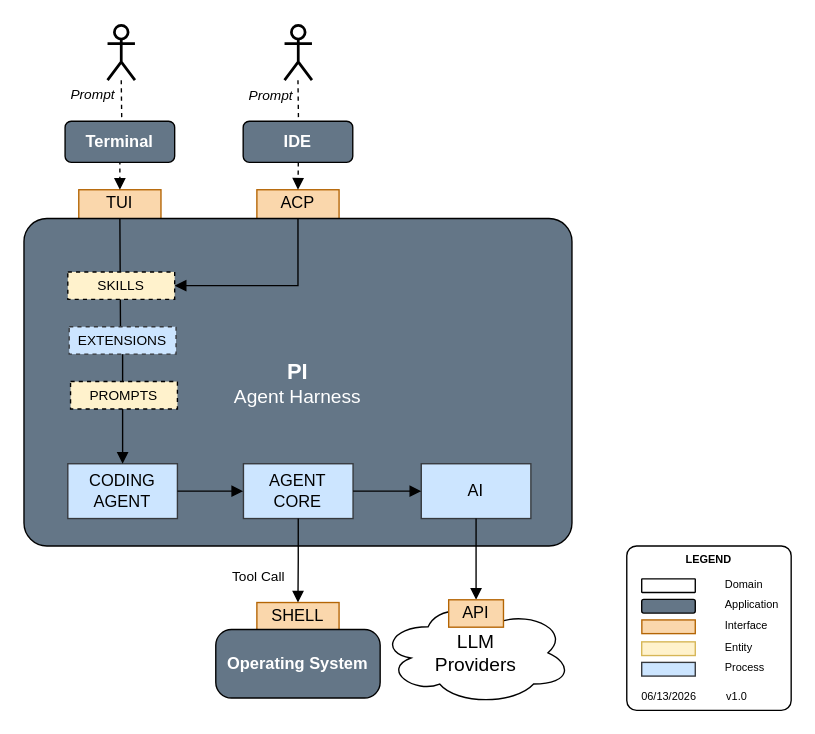
Earlier version of the draw.io diagram page "Page-1" (1 of 2) of diagrams/pi_agent_harness.drawio (Hieronymu5/pi-extensions). Source tidied: cells renumbered, new cells numbered last; positions are measured from the earlier drawing's top-left corner, leaving out a move shared by most shapes. Both pictures are drawn from the tidied source at 137%, with x=0, y=0 at pixel (23, 25).
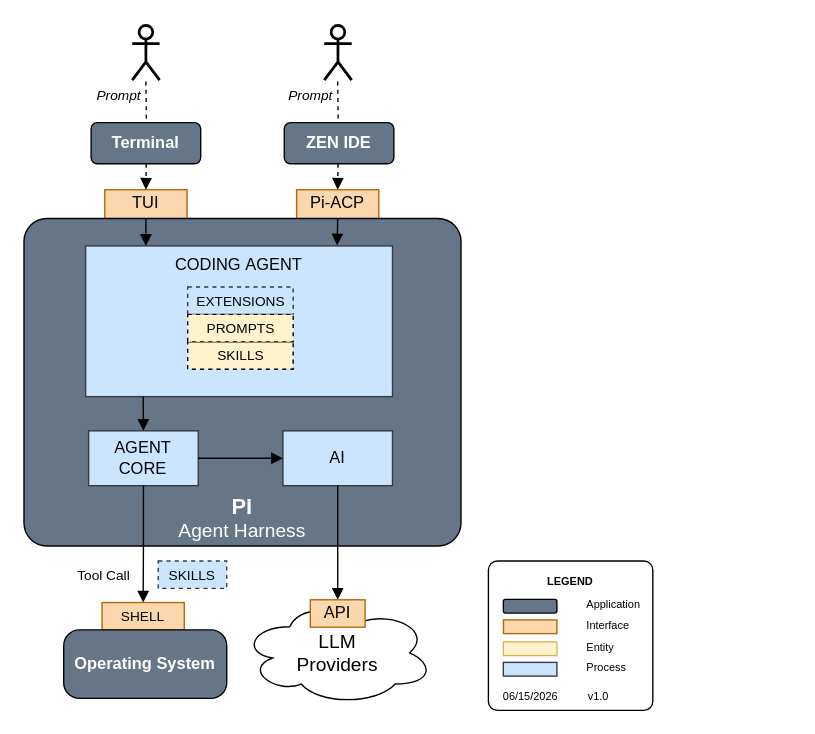
Above is the later version.

Commit message (it also covers changes not shown here):
docs(diagrams): add dark variant and context window diagram

Unchanged cells that the change refers to:
```xml
<mxCell id="3" style="rounded=0;whiteSpace=wrap;html=1;fillColor=#fad7ac;strokeColor=#b46504;" parent="2" vertex="1">
  <mxGeometry y="-9" width="60" height="22" as="geometry" />
</mxCell>
<mxCell id="6" style="rounded=0;whiteSpace=wrap;html=1;fillColor=#fad7ac;strokeColor=#b46504;" parent="5" vertex="1">
  <mxGeometry y="-9" width="60" height="22" as="geometry" />
</mxCell>
<mxCell id="17" style="edgeStyle=orthogonalEdgeStyle;rounded=0;jettySize=auto;html=1;endArrow=block;endFill=1;exitX=0.5;exitY=1;exitDx=0;exitDy=0;entryX=0.5;entryY=0;entryDx=0;entryDy=0;" parent="1" edge="1" source="10" target="15">
  <mxGeometry relative="1" as="geometry" />
</mxCell>
```

The edit, as a diff of the source:
```diff
@@
     <mxCell id="2" style="group;" parent="1" vertex="1">
-      <mxGeometry x="170" y="129" width="60" height="12" as="geometry" />
+      <mxGeometry x="199" y="129" width="60" height="12" as="geometry" />
     </mxCell>
@@
-    <mxCell id="4" value="&lt;font style=&quot;line-height: 100%;&quot;&gt;ACP&lt;/font&gt;" style="text;html=1;whiteSpace=wrap;strokeColor=none;fillColor=none;align=center;verticalAlign=middle;rounded=0;fontSize=12;" parent="2" vertex="1">
+    <mxCell id="4" value="&lt;font style=&quot;line-height: 100%;&quot;&gt;Pi-ACP&lt;/font&gt;" style="text;html=1;whiteSpace=wrap;strokeColor=none;fillColor=none;align=center;verticalAlign=middle;rounded=0;fontSize=12;" parent="2" vertex="1">
       <mxGeometry x="9" y="-4" width="42.2" height="10" as="geometry" />
     </mxCell>
     <mxCell id="5" style="group;" parent="1" vertex="1">
-      <mxGeometry x="40" y="129" width="60" height="12" as="geometry" />
+      <mxGeometry x="59" y="129" width="60" height="12" as="geometry" />
     </mxCell>
@@
-    <mxCell id="8" value="&lt;b&gt;&lt;font style=&quot;font-size: 16px;&quot;&gt;PI&lt;/font&gt;&lt;/b&gt;&lt;div&gt;&lt;font style=&quot;font-size: 14px;&quot;&gt;Agent Harness&lt;/font&gt;&lt;/div&gt;" style="rounded=1;whiteSpace=wrap;html=1;fillColor=#647687;strokeColor=#000000;fontColor=#ffffff;glass=0;shadow=0;verticalAlign=middle;arcSize=7;" parent="1" vertex="1">
-      <mxGeometry y="141" width="400" height="239" as="geometry" />
+    <mxCell id="8" value="&lt;b&gt;&lt;font style=&quot;font-size: 16px;&quot;&gt;PI&lt;/font&gt;&lt;/b&gt;&lt;div&gt;&lt;font style=&quot;font-size: 14px;&quot;&gt;Agent Harness&lt;/font&gt;&lt;/div&gt;" style="rounded=1;whiteSpace=wrap;html=1;fillColor=#647687;strokeColor=#000000;fontColor=#ffffff;glass=0;shadow=0;verticalAlign=bottom;arcSize=7;" parent="1" vertex="1">
+      <mxGeometry y="141" width="319" height="239" as="geometry" />
     </mxCell>
     <mxCell id="9" value="AI" style="rounded=0;whiteSpace=wrap;html=1;fillColor=#cce5ff;strokeColor=#36393d;" parent="1" vertex="1">
-      <mxGeometry x="290" y="320" width="80" height="40" as="geometry" />
+      <mxGeometry x="189" y="296" width="80" height="40" as="geometry" />
     </mxCell>
     <mxCell id="10" value="AGENT&lt;div&gt;CORE&lt;/div&gt;" style="rounded=0;whiteSpace=wrap;html=1;fillColor=#cce5ff;strokeColor=#36393d;" parent="1" vertex="1">
-      <mxGeometry x="160.2" y="320" width="80" height="40" as="geometry" />
+      <mxGeometry x="47.2" y="296" width="80" height="40" as="geometry" />
     </mxCell>
-    <mxCell id="11" value="CODING&lt;div&gt;AGENT&lt;/div&gt;" style="rounded=0;whiteSpace=wrap;html=1;fillColor=#cce5ff;strokeColor=#36393d;" parent="1" vertex="1">
-      <mxGeometry x="32" y="320" width="80" height="40" as="geometry" />
+    <mxCell id="11" value="CODING&amp;nbsp;&lt;span style=&quot;background-color: transparent; color: light-dark(rgb(0, 0, 0), rgb(255, 255, 255));&quot;&gt;AGENT&lt;/span&gt;" style="rounded=0;whiteSpace=wrap;html=1;fillColor=#cce5ff;strokeColor=#36393d;verticalAlign=top;" parent="1" vertex="1">
+      <mxGeometry x="45" y="161" width="224" height="110" as="geometry" />
     </mxCell>
     <mxCell id="12" value="&lt;font style=&quot;font-size: 14px;&quot;&gt;LLM&lt;/font&gt;&lt;div&gt;&lt;font style=&quot;font-size: 14px;&quot;&gt;Providers&lt;/font&gt;&lt;/div&gt;" style="ellipse;shape=cloud;whiteSpace=wrap;html=1;" parent="1" vertex="1">
-      <mxGeometry x="260" y="420" width="140" height="76" as="geometry" />
+      <mxGeometry x="159" y="420" width="140" height="76" as="geometry" />
     </mxCell>
@@
     <mxCell id="14" style="group;" parent="1" vertex="1">
-      <mxGeometry x="170" y="421.3" width="60" height="20" as="geometry" />
+      <mxGeometry x="57" y="421.3" width="60" height="20" as="geometry" />
     </mxCell>
@@
-    <mxCell id="16" value="&lt;font style=&quot;line-height: 100%;&quot;&gt;SHELL&lt;/font&gt;" style="text;html=1;whiteSpace=wrap;strokeColor=none;fillColor=none;align=center;verticalAlign=middle;rounded=0;fontSize=12;" parent="14" vertex="1">
+    <mxCell id="16" value="&lt;font style=&quot;line-height: 100%; font-size: 10px;&quot;&gt;SHELL&lt;/font&gt;" style="text;html=1;whiteSpace=wrap;strokeColor=none;fillColor=none;align=center;verticalAlign=middle;rounded=0;fontSize=12;" parent="14" vertex="1">
       <mxGeometry x="9" y="1.3" width="42.2" height="16.7" as="geometry" />
     </mxCell>
@@
     <mxCell id="18" value="&lt;font style=&quot;font-size: 10px;&quot;&gt;Tool Call&lt;/font&gt;" style="edgeLabel;html=1;align=center;verticalAlign=middle;" parent="17" vertex="1">
       <mxGeometry x="0.19" y="-1" relative="1" as="geometry">
-        <mxPoint x="-29" y="5" as="offset" />
+        <mxPoint x="-29" y="14" as="offset" />
       </mxGeometry>
     </mxCell>
     <mxCell id="19" value="&lt;b&gt;Operating System&lt;/b&gt;" style="rounded=1;whiteSpace=wrap;html=1;fillColor=#647687;strokeColor=#000000;fontColor=#ffffff;glass=0;shadow=0;verticalAlign=middle;arcSize=23;" parent="1" vertex="1">
-      <mxGeometry x="140" y="441" width="120" height="50" as="geometry" />
+      <mxGeometry x="29" y="441.3" width="119" height="50" as="geometry" />
     </mxCell>
     <mxCell id="20" style="rounded=0;whiteSpace=wrap;html=1;fillColor=#fad7ac;strokeColor=#b46504;" parent="1" vertex="1">
-      <mxGeometry x="310" y="419.3" width="40" height="20" as="geometry" />
+      <mxGeometry x="209" y="419.3" width="40" height="20" as="geometry" />
     </mxCell>
     <mxCell id="21" value="&lt;font style=&quot;line-height: 100%;&quot;&gt;API&lt;/font&gt;" style="text;html=1;whiteSpace=wrap;strokeColor=none;fillColor=none;align=center;verticalAlign=middle;rounded=0;fontSize=12;" parent="1" vertex="1">
-      <mxGeometry x="310" y="424.3" width="40" height="10" as="geometry" />
+      <mxGeometry x="209" y="424.3" width="40" height="10" as="geometry" />
     </mxCell>
@@
-    <mxCell id="24" style="edgeStyle=orthogonalEdgeStyle;rounded=0;jettySize=auto;html=1;endArrow=block;endFill=1;exitX=1;exitY=0.5;exitDx=0;exitDy=0;" parent="1" edge="1" source="11">
-      <mxGeometry relative="1" as="geometry">
-        <mxPoint x="160" y="340" as="targetPoint" />
-      </mxGeometry>
-    </mxCell>
     <mxCell id="25" style="edgeStyle=orthogonalEdgeStyle;rounded=0;jettySize=auto;html=1;endArrow=block;endFill=1;entryX=0.5;entryY=0;entryDx=0;entryDy=0;dashed=1;" parent="1" edge="1" target="6">
       <mxGeometry relative="1" as="geometry">
-        <mxPoint x="71" y="40" as="sourcePoint" />
+        <mxPoint x="89" y="41" as="sourcePoint" />
       </mxGeometry>
     </mxCell>
@@
     <mxCell id="27" style="shape=umlActor;verticalLabelPosition=bottom;verticalAlign=top;html=1;strokeWidth=2;shadow=0;" parent="1" vertex="1">
-      <mxGeometry x="61" width="20" height="40" as="geometry" />
+      <mxGeometry x="79" width="20" height="40" as="geometry" />
     </mxCell>
     <mxCell id="28" value="&lt;b&gt;Terminal&lt;/b&gt;" style="rounded=1;whiteSpace=wrap;html=1;fillColor=#647687;strokeColor=#000000;fontColor=#ffffff;glass=0;shadow=0;" parent="1" vertex="1">
-      <mxGeometry x="30" y="70" width="80" height="30" as="geometry" />
+      <mxGeometry x="49" y="71" width="80" height="30" as="geometry" />
     </mxCell>
     <mxCell id="29" style="edgeStyle=orthogonalEdgeStyle;rounded=0;jettySize=auto;html=1;endArrow=block;endFill=1;entryX=0.5;entryY=0;entryDx=0;entryDy=0;dashed=1;" parent="1" edge="1" target="3">
       <mxGeometry relative="1" as="geometry">
-        <mxPoint x="200" y="40" as="sourcePoint" />
+        <mxPoint x="229" y="41" as="sourcePoint" />
       </mxGeometry>
     </mxCell>
@@
-    <mxCell id="31" value="&lt;b&gt;IDE&lt;/b&gt;" style="rounded=1;whiteSpace=wrap;html=1;fillColor=#647687;strokeColor=#000000;fontColor=#ffffff;glass=0;shadow=0;" parent="1" vertex="1">
-      <mxGeometry x="160" y="70" width="80" height="30" as="geometry" />
+    <mxCell id="31" value="&lt;b&gt;ZEN IDE&lt;/b&gt;" style="rounded=1;whiteSpace=wrap;html=1;fillColor=#647687;strokeColor=#000000;fontColor=#ffffff;glass=0;shadow=0;" parent="1" vertex="1">
+      <mxGeometry x="190" y="71" width="80" height="30" as="geometry" />
     </mxCell>
     <mxCell id="32" style="shape=umlActor;verticalLabelPosition=bottom;verticalAlign=top;html=1;strokeWidth=2;shadow=0;" parent="1" vertex="1">
-      <mxGeometry x="190.2" width="20" height="40" as="geometry" />
+      <mxGeometry x="219.2" width="20" height="40" as="geometry" />
     </mxCell>
-    <mxCell id="33" style="edgeStyle=orthogonalEdgeStyle;rounded=0;jettySize=auto;html=1;endArrow=block;endFill=1;entryX=1;entryY=0.5;entryDx=0;entryDy=0;" parent="1" edge="1" target="35">
-      <mxGeometry relative="1" as="geometry">
-        <mxPoint x="200" y="141" as="sourcePoint" />
-        <Array as="points">
-          <mxPoint x="200" y="190" />
-        </Array>
-      </mxGeometry>
-    </mxCell>
-    <mxCell id="34" style="edgeStyle=orthogonalEdgeStyle;rounded=0;jettySize=auto;html=1;endArrow=block;endFill=1;" parent="1" edge="1" target="11">
-      <mxGeometry relative="1" as="geometry">
-        <mxPoint x="70" y="141" as="sourcePoint" />
-      </mxGeometry>
-    </mxCell>
     <mxCell id="35" value="&lt;font style=&quot;font-size: 10px;&quot;&gt;SKILLS&lt;/font&gt;" style="rounded=0;whiteSpace=wrap;html=1;fillColor=#fff2cc;strokeColor=#000000;dashed=1;" parent="1" vertex="1">
-      <mxGeometry x="32" y="180" width="78" height="20" as="geometry" />
+      <mxGeometry x="119.5" y="231" width="77" height="20" as="geometry" />
     </mxCell>
     <mxCell id="36" value="&lt;font style=&quot;font-size: 10px;&quot;&gt;EXTENSIONS&lt;/font&gt;" style="rounded=0;whiteSpace=wrap;html=1;fillColor=#cce5ff;strokeColor=#36393d;dashed=1;" parent="1" vertex="1">
-      <mxGeometry x="33" y="220" width="78" height="20" as="geometry" />
+      <mxGeometry x="119.5" y="191" width="77" height="20" as="geometry" />
     </mxCell>
     <mxCell id="37" value="&lt;font style=&quot;font-size: 10px;&quot;&gt;PROMPTS&lt;/font&gt;" style="rounded=0;whiteSpace=wrap;html=1;fillColor=#fff2cc;strokeColor=#000000;dashed=1;" parent="1" vertex="1">
-      <mxGeometry x="34" y="260" width="78" height="20" as="geometry" />
+      <mxGeometry x="119.5" y="211" width="77" height="20" as="geometry" />
     </mxCell>
-    <mxCell id="38" style="group;" parent="1" vertex="1">
-      <mxGeometry x="440" y="380" width="120" height="120" as="geometry" />
-    </mxCell>
+    <mxCell id="53" value="&lt;font style=&quot;font-size: 10px;&quot;&gt;SKILLS&lt;/font&gt;" style="rounded=0;whiteSpace=wrap;html=1;fillColor=#cce5ff;strokeColor=#36393d;dashed=1;" parent="1" vertex="1">
+      <mxGeometry x="98" y="391" width="50" height="20" as="geometry" />
+    </mxCell>
+    <mxCell id="54" style="edgeStyle=orthogonalEdgeStyle;rounded=0;jettySize=auto;html=1;endArrow=block;endFill=1;entryX=0.5;entryY=0;entryDx=0;entryDy=0;" parent="1" edge="1" target="10">
+      <mxGeometry relative="1" as="geometry">
+        <mxPoint x="87" y="271" as="sourcePoint" />
+      </mxGeometry>
+    </mxCell>
+    <mxCell id="55" style="edgeStyle=orthogonalEdgeStyle;rounded=0;orthogonalLoop=1;jettySize=auto;html=1;endArrow=block;endFill=1;" parent="1" edge="1">
+      <mxGeometry relative="1" as="geometry">
+        <mxPoint x="89" y="141" as="sourcePoint" />
+        <mxPoint x="89" y="161" as="targetPoint" />
+      </mxGeometry>
+    </mxCell>
+    <mxCell id="56" style="edgeStyle=orthogonalEdgeStyle;rounded=0;orthogonalLoop=1;jettySize=auto;html=1;endArrow=block;endFill=1;entryX=0.793;entryY=-0.004;entryDx=0;entryDy=0;entryPerimeter=0;" parent="1" edge="1">
+      <mxGeometry relative="1" as="geometry">
+        <mxPoint x="229" y="141" as="sourcePoint" />
+        <mxPoint x="228.6" y="160.6" as="targetPoint" />
+      </mxGeometry>
+    </mxCell>
-    <mxCell id="39" style="whiteSpace=wrap;html=1;rounded=1;glass=0;shadow=0;arcSize=6;fillColor=none;" parent="38" vertex="1">
-      <mxGeometry width="120" height="120" as="geometry" />
+    <mxCell id="39" style="whiteSpace=wrap;html=1;rounded=1;glass=0;shadow=0;arcSize=6;fillColor=none;" parent="1" vertex="1">
+      <mxGeometry x="339" y="391" width="120" height="109" as="geometry" />
     </mxCell>
-    <mxCell id="40" value="&lt;div style=&quot;&quot;&gt;&lt;span style=&quot;text-align: right;&quot;&gt;06/13/2026&lt;/span&gt;&lt;/div&gt;" style="text;html=1;whiteSpace=wrap;strokeColor=none;fillColor=none;align=left;verticalAlign=middle;rounded=0;fontSize=8;" parent="38" vertex="1">
-      <mxGeometry x="8.9" y="105" width="54.5" height="10" as="geometry" />
+    <mxCell id="40" value="&lt;div style=&quot;&quot;&gt;&lt;span style=&quot;text-align: right;&quot;&gt;06/15/2026&lt;/span&gt;&lt;/div&gt;" style="text;html=1;whiteSpace=wrap;strokeColor=none;fillColor=none;align=left;verticalAlign=middle;rounded=0;fontSize=8;" parent="1" vertex="1">
+      <mxGeometry x="347.9" y="485" width="54.5" height="10" as="geometry" />
     </mxCell>
-    <mxCell id="41" style="rounded=0;whiteSpace=wrap;html=1;fillColor=#cce5ff;strokeColor=#36393d;" parent="38" vertex="1">
-      <mxGeometry x="10.9" y="85" width="39.1" height="10" as="geometry" />
+    <mxCell id="41" style="rounded=0;whiteSpace=wrap;html=1;fillColor=#cce5ff;strokeColor=#36393d;" parent="1" vertex="1">
+      <mxGeometry x="349.9" y="465" width="39.1" height="10" as="geometry" />
     </mxCell>
-    <mxCell id="42" style="rounded=0;whiteSpace=wrap;html=1;fillColor=#fff2cc;strokeColor=#d6b656;gradientColor=none;" parent="38" vertex="1">
-      <mxGeometry x="10.9" y="70" width="39.1" height="10" as="geometry" />
+    <mxCell id="42" style="rounded=0;whiteSpace=wrap;html=1;fillColor=#fff2cc;strokeColor=#d6b656;gradientColor=none;" parent="1" vertex="1">
+      <mxGeometry x="349.9" y="450" width="39.1" height="10" as="geometry" />
     </mxCell>
-    <mxCell id="43" style="rounded=1;whiteSpace=wrap;html=1;fillColor=#647687;strokeColor=#000000;fontColor=#ffffff;glass=0;shadow=0;" parent="38" vertex="1">
-      <mxGeometry x="10.9" y="39" width="39.1" height="10" as="geometry" />
+    <mxCell id="43" style="rounded=1;whiteSpace=wrap;html=1;fillColor=#647687;strokeColor=#000000;fontColor=#ffffff;glass=0;shadow=0;" parent="1" vertex="1">
+      <mxGeometry x="349.9" y="419" width="39.1" height="10" as="geometry" />
     </mxCell>
-    <mxCell id="44" style="rounded=1;whiteSpace=wrap;html=1;verticalAlign=bottom;arcSize=3;fillColor=none;" parent="38" vertex="1">
-      <mxGeometry x="10.9" y="24" width="39.1" height="10" as="geometry" />
-    </mxCell>
-    <mxCell id="45" value="&lt;span style=&quot;font-size: 8px;&quot;&gt;Domain&lt;/span&gt;" style="text;html=1;whiteSpace=wrap;strokeColor=none;fillColor=none;align=left;verticalAlign=middle;rounded=0;" parent="38" vertex="1">
-      <mxGeometry x="69.5" y="22" width="43.6" height="10" as="geometry" />
-    </mxCell>
-    <mxCell id="46" value="&lt;span style=&quot;font-size: 8px;&quot;&gt;Application&lt;/span&gt;" style="text;html=1;whiteSpace=wrap;strokeColor=none;fillColor=none;align=left;verticalAlign=middle;rounded=0;" parent="38" vertex="1">
-      <mxGeometry x="69.5" y="37" width="43.6" height="10" as="geometry" />
+    <mxCell id="46" value="&lt;span style=&quot;font-size: 8px;&quot;&gt;Application&lt;/span&gt;" style="text;html=1;whiteSpace=wrap;strokeColor=none;fillColor=none;align=left;verticalAlign=middle;rounded=0;" parent="1" vertex="1">
+      <mxGeometry x="408.5" y="417" width="43.6" height="10" as="geometry" />
     </mxCell>
-    <mxCell id="47" value="&lt;span style=&quot;font-size: 8px;&quot;&gt;Entity&lt;/span&gt;" style="text;html=1;whiteSpace=wrap;strokeColor=none;fillColor=none;align=left;verticalAlign=middle;rounded=0;" parent="38" vertex="1">
-      <mxGeometry x="69.5" y="68" width="43.6" height="10" as="geometry" />
+    <mxCell id="47" value="&lt;span style=&quot;font-size: 8px;&quot;&gt;Entity&lt;/span&gt;" style="text;html=1;whiteSpace=wrap;strokeColor=none;fillColor=none;align=left;verticalAlign=middle;rounded=0;" parent="1" vertex="1">
+      <mxGeometry x="408.5" y="448" width="43.6" height="10" as="geometry" />
     </mxCell>
-    <mxCell id="48" value="&lt;span style=&quot;font-size: 8px;&quot;&gt;Process&lt;/span&gt;" style="text;html=1;whiteSpace=wrap;strokeColor=none;fillColor=none;align=left;verticalAlign=middle;rounded=0;" parent="38" vertex="1">
-      <mxGeometry x="69.5" y="83" width="43.6" height="10" as="geometry" />
+    <mxCell id="48" value="&lt;span style=&quot;font-size: 8px;&quot;&gt;Process&lt;/span&gt;" style="text;html=1;whiteSpace=wrap;strokeColor=none;fillColor=none;align=left;verticalAlign=middle;rounded=0;" parent="1" vertex="1">
+      <mxGeometry x="408.5" y="463" width="43.6" height="10" as="geometry" />
     </mxCell>
-    <mxCell id="49" value="&lt;span&gt;&lt;b&gt;LEGEND&lt;/b&gt;&lt;/span&gt;" style="text;html=1;whiteSpace=wrap;strokeColor=none;fillColor=none;align=center;verticalAlign=middle;rounded=0;fontSize=8;" parent="38" vertex="1">
-      <mxGeometry x="40" y="5" width="40" height="10" as="geometry" />
+    <mxCell id="49" value="&lt;span&gt;&lt;b&gt;LEGEND&lt;/b&gt;&lt;/span&gt;" style="text;html=1;whiteSpace=wrap;strokeColor=none;fillColor=none;align=center;verticalAlign=middle;rounded=0;fontSize=8;" parent="1" vertex="1">
+      <mxGeometry x="379" y="401" width="40" height="10" as="geometry" />
     </mxCell>
-    <mxCell id="50" value="&lt;span style=&quot;text-align: right;&quot;&gt;v1.0&lt;/span&gt;" style="text;html=1;whiteSpace=wrap;strokeColor=none;fillColor=none;align=left;verticalAlign=middle;rounded=0;fontSize=8;" parent="38" vertex="1">
-      <mxGeometry x="70.5" y="105" width="34.5" height="10" as="geometry" />
+    <mxCell id="50" value="&lt;span style=&quot;text-align: right;&quot;&gt;v1.0&lt;/span&gt;" style="text;html=1;whiteSpace=wrap;strokeColor=none;fillColor=none;align=left;verticalAlign=middle;rounded=0;fontSize=8;" parent="1" vertex="1">
+      <mxGeometry x="409.5" y="485" width="34.5" height="10" as="geometry" />
     </mxCell>
-    <mxCell id="51" value="&lt;span style=&quot;font-size: 8px;&quot;&gt;Interface&lt;/span&gt;" style="text;html=1;whiteSpace=wrap;strokeColor=none;fillColor=none;align=left;verticalAlign=middle;rounded=0;" parent="38" vertex="1">
-      <mxGeometry x="69.5" y="52" width="43.6" height="10" as="geometry" />
+    <mxCell id="51" value="&lt;span style=&quot;font-size: 8px;&quot;&gt;Interface&lt;/span&gt;" style="text;html=1;whiteSpace=wrap;strokeColor=none;fillColor=none;align=left;verticalAlign=middle;rounded=0;" parent="1" vertex="1">
+      <mxGeometry x="408.5" y="432" width="43.6" height="10" as="geometry" />
     </mxCell>
-    <mxCell id="52" style="rounded=0;whiteSpace=wrap;html=1;fillColor=#fad7ac;strokeColor=#b46504;" parent="38" vertex="1">
-      <mxGeometry x="11" y="54" width="39" height="10" as="geometry" />
+    <mxCell id="52" style="rounded=0;whiteSpace=wrap;html=1;fillColor=#fad7ac;strokeColor=#b46504;" parent="1" vertex="1">
+      <mxGeometry x="350" y="434" width="39" height="10" as="geometry" />
     </mxCell>
```
